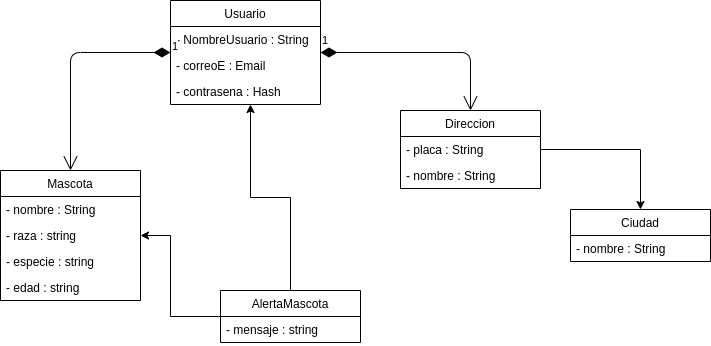
Before: DocumentacionUpet/diagramaclasesUPet.png, a diagram exported from draw.io (compumovil2020/UPet). Source tidied: cells renumbered, new cells last; positions are measured from the earlier drawing's top-left corner, leaving out a move shared by most shapes. Its diagram source:
```xml
<mxGraphModel>
  <root>
    <mxCell id="0" />
    <mxCell id="1" parent="0" />
    <mxCell id="2" value="Usuario" style="swimlane;fontStyle=0;horizontal=1;startSize=26;fillColor=none;" parent="1" vertex="1">
      <mxGeometry x="170" width="150" height="104" as="geometry" />
    </mxCell>
    <mxCell id="3" value="- NombreUsuario : String" style="text;strokeColor=none;fillColor=none;align=left;verticalAlign=top;spacingLeft=4;spacingRight=4;overflow=hidden;" parent="2" vertex="1">
      <mxGeometry y="26" width="150" height="26" as="geometry" />
    </mxCell>
    <mxCell id="4" value="- correoE : Email" style="text;strokeColor=none;fillColor=none;align=left;verticalAlign=top;spacingLeft=4;spacingRight=4;overflow=hidden;points=[[0,0.5],[1,0.5]];portConstraint=eastwest;" parent="2" vertex="1">
      <mxGeometry y="52" width="150" height="26" as="geometry" />
    </mxCell>
    <mxCell id="5" value="- contrasena : Hash" style="text;strokeColor=none;fillColor=none;align=left;verticalAlign=top;spacingLeft=4;spacingRight=4;overflow=hidden;points=[[0,0.5],[1,0.5]];portConstraint=eastwest;" parent="2" vertex="1">
      <mxGeometry y="78" width="150" height="26" as="geometry" />
    </mxCell>
    <mxCell id="6" style="edgeStyle=orthogonalEdgeStyle;rounded=0;jettySize=auto;html=1;entryX=0.5;entryY=0;entryDx=0;entryDy=0;" parent="1" edge="1" source="7" target="17">
      <mxGeometry relative="1" as="geometry" />
    </mxCell>
    <mxCell id="7" value="Direccion" style="swimlane;fontStyle=0;horizontal=1;startSize=26;fillColor=none;" parent="1" vertex="1">
      <mxGeometry x="400" y="110" width="140" height="78" as="geometry" />
    </mxCell>
    <mxCell id="8" value="- placa : String" style="text;strokeColor=none;fillColor=none;align=left;verticalAlign=top;spacingLeft=4;spacingRight=4;overflow=hidden;" parent="7" vertex="1">
      <mxGeometry y="26" width="140" height="26" as="geometry" />
    </mxCell>
    <mxCell id="9" value="- nombre : String" style="text;strokeColor=none;fillColor=none;align=left;verticalAlign=top;spacingLeft=4;spacingRight=4;overflow=hidden;" parent="7" vertex="1">
      <mxGeometry y="52" width="140" height="26" as="geometry" />
    </mxCell>
    <mxCell id="10" value="Mascota" style="swimlane;fontStyle=0;horizontal=1;startSize=26;fillColor=none;" parent="1" vertex="1">
      <mxGeometry y="170" width="140" height="130" as="geometry" />
    </mxCell>
    <mxCell id="11" value="- nombre : String" style="text;strokeColor=none;fillColor=none;align=left;verticalAlign=top;spacingLeft=4;spacingRight=4;overflow=hidden;" parent="10" vertex="1">
      <mxGeometry y="26" width="140" height="26" as="geometry" />
    </mxCell>
    <mxCell id="12" value="- raza : string" style="text;strokeColor=none;fillColor=none;align=left;verticalAlign=top;spacingLeft=4;spacingRight=4;overflow=hidden;points=[[0,0.5],[1,0.5]];portConstraint=eastwest;" parent="10" vertex="1">
      <mxGeometry y="52" width="140" height="26" as="geometry" />
    </mxCell>
    <mxCell id="13" value="- especie : string" style="text;strokeColor=none;fillColor=none;align=left;verticalAlign=top;spacingLeft=4;spacingRight=4;overflow=hidden;" parent="10" vertex="1">
      <mxGeometry y="78" width="140" height="26" as="geometry" />
    </mxCell>
    <mxCell id="14" value="- edad : string" style="text;strokeColor=none;fillColor=none;align=left;verticalAlign=top;spacingLeft=4;spacingRight=4;overflow=hidden;" parent="10" vertex="1">
      <mxGeometry y="104" width="140" height="26" as="geometry" />
    </mxCell>
    <mxCell id="15" value="1" style="endArrow=open;html=1;endSize=12;startArrow=diamondThin;startSize=14;startFill=1;edgeStyle=orthogonalEdgeStyle;align=left;verticalAlign=bottom;entryX=0.5;entryY=0;entryDx=0;entryDy=0;" parent="1" edge="1" source="2" target="10">
      <mxGeometry x="-1" y="3" relative="1" as="geometry" />
    </mxCell>
    <mxCell id="16" value="1" style="endArrow=open;html=1;endSize=12;startArrow=diamondThin;startSize=14;startFill=1;edgeStyle=orthogonalEdgeStyle;align=left;verticalAlign=bottom;entryX=0.5;entryY=0;entryDx=0;entryDy=0;" parent="1" edge="1" source="2" target="7">
      <mxGeometry x="-1" y="3" relative="1" as="geometry" />
    </mxCell>
    <mxCell id="17" value="Ciudad" style="swimlane;fontStyle=0;horizontal=1;startSize=26;fillColor=none;" parent="1" vertex="1">
      <mxGeometry x="570" y="209" width="140" height="52" as="geometry" />
    </mxCell>
    <mxCell id="18" value="- nombre : String" style="text;strokeColor=none;fillColor=none;align=left;verticalAlign=top;spacingLeft=4;spacingRight=4;overflow=hidden;" parent="17" vertex="1">
      <mxGeometry y="26" width="140" height="26" as="geometry" />
    </mxCell>
    <mxCell id="19" style="edgeStyle=orthogonalEdgeStyle;rounded=0;jettySize=auto;html=1;entryX=1;entryY=0.5;entryDx=0;entryDy=0;" parent="1" edge="1" source="21" target="12">
      <mxGeometry relative="1" as="geometry">
        <Array as="points">
          <mxPoint x="170" y="316" />
          <mxPoint x="170" y="235" />
        </Array>
      </mxGeometry>
    </mxCell>
    <mxCell id="20" style="edgeStyle=orthogonalEdgeStyle;rounded=0;jettySize=auto;html=1;" parent="1" edge="1" source="21" target="5">
      <mxGeometry relative="1" as="geometry">
        <Array as="points">
          <mxPoint x="290" y="197" />
          <mxPoint x="250" y="197" />
        </Array>
      </mxGeometry>
    </mxCell>
    <mxCell id="21" value="AlertaMascota" style="swimlane;fontStyle=0;horizontal=1;startSize=26;fillColor=none;" parent="1" vertex="1">
      <mxGeometry x="220" y="290" width="140" height="52" as="geometry" />
    </mxCell>
    <mxCell id="22" value="- mensaje : string" style="text;strokeColor=none;fillColor=none;align=left;verticalAlign=top;spacingLeft=4;spacingRight=4;overflow=hidden;" parent="21" vertex="1">
      <mxGeometry y="26" width="140" height="26" as="geometry" />
    </mxCell>
  </root>
</mxGraphModel>
```
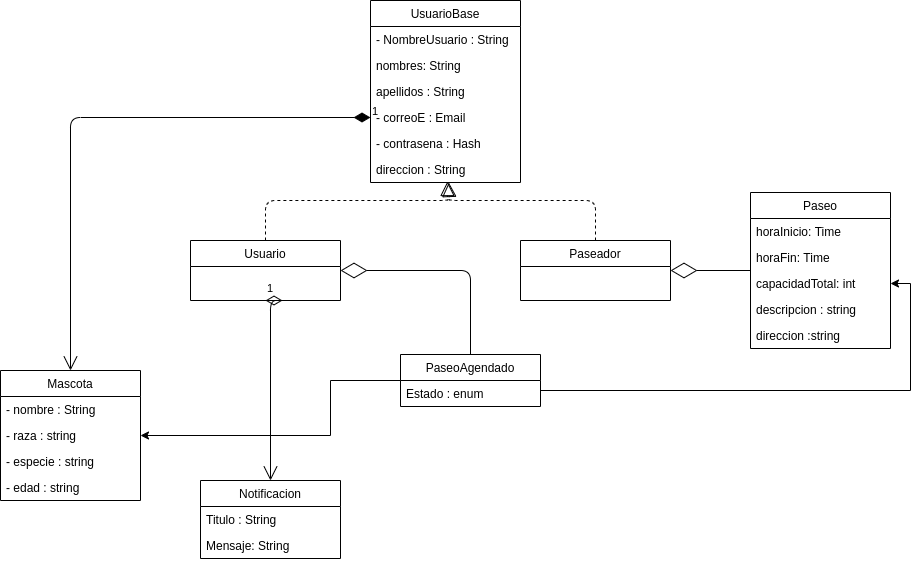
The same diagram one commit later.

Diff of the diagram source:
```diff
@@ -2,36 +2,15 @@
   <root>
     <mxCell id="0" />
     <mxCell id="1" parent="0" />
-    <mxCell id="2" value="Usuario" style="swimlane;fontStyle=0;horizontal=1;startSize=26;fillColor=none;" parent="1" vertex="1">
-      <mxGeometry x="170" width="150" height="104" as="geometry" />
-    </mxCell>
-    <mxCell id="3" value="- NombreUsuario : String" style="text;strokeColor=none;fillColor=none;align=left;verticalAlign=top;spacingLeft=4;spacingRight=4;overflow=hidden;" parent="2" vertex="1">
-      <mxGeometry y="26" width="150" height="26" as="geometry" />
-    </mxCell>
-    <mxCell id="4" value="- correoE : Email" style="text;strokeColor=none;fillColor=none;align=left;verticalAlign=top;spacingLeft=4;spacingRight=4;overflow=hidden;points=[[0,0.5],[1,0.5]];portConstraint=eastwest;" parent="2" vertex="1">
-      <mxGeometry y="52" width="150" height="26" as="geometry" />
-    </mxCell>
-    <mxCell id="5" value="- contrasena : Hash" style="text;strokeColor=none;fillColor=none;align=left;verticalAlign=top;spacingLeft=4;spacingRight=4;overflow=hidden;points=[[0,0.5],[1,0.5]];portConstraint=eastwest;" parent="2" vertex="1">
-      <mxGeometry y="78" width="150" height="26" as="geometry" />
-    </mxCell>
-    <mxCell id="6" style="edgeStyle=orthogonalEdgeStyle;rounded=0;jettySize=auto;html=1;entryX=0.5;entryY=0;entryDx=0;entryDy=0;" parent="1" edge="1" source="7" target="17">
-      <mxGeometry relative="1" as="geometry" />
-    </mxCell>
-    <mxCell id="7" value="Direccion" style="swimlane;fontStyle=0;horizontal=1;startSize=26;fillColor=none;" parent="1" vertex="1">
-      <mxGeometry x="400" y="110" width="140" height="78" as="geometry" />
-    </mxCell>
-    <mxCell id="8" value="- placa : String" style="text;strokeColor=none;fillColor=none;align=left;verticalAlign=top;spacingLeft=4;spacingRight=4;overflow=hidden;" parent="7" vertex="1">
-      <mxGeometry y="26" width="140" height="26" as="geometry" />
-    </mxCell>
-    <mxCell id="9" value="- nombre : String" style="text;strokeColor=none;fillColor=none;align=left;verticalAlign=top;spacingLeft=4;spacingRight=4;overflow=hidden;" parent="7" vertex="1">
-      <mxGeometry y="52" width="140" height="26" as="geometry" />
-    </mxCell>
+    <mxCell id="23" value="1" style="endArrow=open;html=1;endSize=12;startArrow=diamondThin;startSize=14;startFill=1;edgeStyle=orthogonalEdgeStyle;align=left;verticalAlign=bottom;entryX=0.5;entryY=0;entryDx=0;entryDy=0;exitX=0;exitY=0.5;exitDx=0;exitDy=0;" parent="1" edge="1" source="4" target="10">
+      <mxGeometry x="-1" y="3" relative="1" as="geometry" />
+    </mxCell>
     <mxCell id="10" value="Mascota" style="swimlane;fontStyle=0;horizontal=1;startSize=26;fillColor=none;" parent="1" vertex="1">
-      <mxGeometry y="170" width="140" height="130" as="geometry" />
+      <mxGeometry x="360" y="460" width="140" height="130" as="geometry" />
     </mxCell>
-    <mxCell id="11" value="- nombre : String" style="text;strokeColor=none;fillColor=none;align=left;verticalAlign=top;spacingLeft=4;spacingRight=4;overflow=hidden;" parent="10" vertex="1">
-      <mxGeometry y="26" width="140" height="26" as="geometry" />
-    </mxCell>
+    <mxCell id="24" value="- nombre : String" style="text;strokeColor=none;fillColor=none;align=left;verticalAlign=top;spacingLeft=4;spacingRight=4;overflow=hidden;" parent="10" vertex="1">
+      <mxGeometry y="26" width="140" height="26" as="geometry" />
+    </mxCell>
     <mxCell id="12" value="- raza : string" style="text;strokeColor=none;fillColor=none;align=left;verticalAlign=top;spacingLeft=4;spacingRight=4;overflow=hidden;points=[[0,0.5],[1,0.5]];portConstraint=eastwest;" parent="10" vertex="1">
       <mxGeometry y="52" width="140" height="26" as="geometry" />
     </mxCell>
@@ -41,39 +20,114 @@
     <mxCell id="14" value="- edad : string" style="text;strokeColor=none;fillColor=none;align=left;verticalAlign=top;spacingLeft=4;spacingRight=4;overflow=hidden;" parent="10" vertex="1">
       <mxGeometry y="104" width="140" height="26" as="geometry" />
     </mxCell>
-    <mxCell id="15" value="1" style="endArrow=open;html=1;endSize=12;startArrow=diamondThin;startSize=14;startFill=1;edgeStyle=orthogonalEdgeStyle;align=left;verticalAlign=bottom;entryX=0.5;entryY=0;entryDx=0;entryDy=0;" parent="1" edge="1" source="2" target="10">
-      <mxGeometry x="-1" y="3" relative="1" as="geometry" />
-    </mxCell>
-    <mxCell id="16" value="1" style="endArrow=open;html=1;endSize=12;startArrow=diamondThin;startSize=14;startFill=1;edgeStyle=orthogonalEdgeStyle;align=left;verticalAlign=bottom;entryX=0.5;entryY=0;entryDx=0;entryDy=0;" parent="1" edge="1" source="2" target="7">
-      <mxGeometry x="-1" y="3" relative="1" as="geometry" />
-    </mxCell>
-    <mxCell id="17" value="Ciudad" style="swimlane;fontStyle=0;horizontal=1;startSize=26;fillColor=none;" parent="1" vertex="1">
-      <mxGeometry x="570" y="209" width="140" height="52" as="geometry" />
-    </mxCell>
-    <mxCell id="18" value="- nombre : String" style="text;strokeColor=none;fillColor=none;align=left;verticalAlign=top;spacingLeft=4;spacingRight=4;overflow=hidden;" parent="17" vertex="1">
-      <mxGeometry y="26" width="140" height="26" as="geometry" />
-    </mxCell>
-    <mxCell id="19" style="edgeStyle=orthogonalEdgeStyle;rounded=0;jettySize=auto;html=1;entryX=1;entryY=0.5;entryDx=0;entryDy=0;" parent="1" edge="1" source="21" target="12">
-      <mxGeometry relative="1" as="geometry">
-        <Array as="points">
-          <mxPoint x="170" y="316" />
-          <mxPoint x="170" y="235" />
-        </Array>
-      </mxGeometry>
-    </mxCell>
-    <mxCell id="20" style="edgeStyle=orthogonalEdgeStyle;rounded=0;jettySize=auto;html=1;" parent="1" edge="1" source="21" target="5">
-      <mxGeometry relative="1" as="geometry">
-        <Array as="points">
-          <mxPoint x="290" y="197" />
-          <mxPoint x="250" y="197" />
-        </Array>
-      </mxGeometry>
-    </mxCell>
-    <mxCell id="21" value="AlertaMascota" style="swimlane;fontStyle=0;horizontal=1;startSize=26;fillColor=none;" parent="1" vertex="1">
-      <mxGeometry x="220" y="290" width="140" height="52" as="geometry" />
-    </mxCell>
-    <mxCell id="22" value="- mensaje : string" style="text;strokeColor=none;fillColor=none;align=left;verticalAlign=top;spacingLeft=4;spacingRight=4;overflow=hidden;" parent="21" vertex="1">
-      <mxGeometry y="26" width="140" height="26" as="geometry" />
-    </mxCell>
+    <mxCell id="25" style="endArrow=block;dashed=1;endFill=0;endSize=12;html=1;exitX=0.5;exitY=0;exitDx=0;exitDy=0;" parent="1" edge="1" source="2" target="26">
+      <mxGeometry relative="1" as="geometry">
+        <Array as="points">
+          <mxPoint x="625" y="290" />
+          <mxPoint x="809" y="290" />
+        </Array>
+      </mxGeometry>
+    </mxCell>
+    <mxCell id="26" value="UsuarioBase" style="swimlane;fontStyle=0;horizontal=1;startSize=26;fillColor=none;" parent="1" vertex="1">
+      <mxGeometry x="730" y="90" width="150" height="182" as="geometry" />
+    </mxCell>
+    <mxCell id="3" value="- NombreUsuario : String" style="text;strokeColor=none;fillColor=none;align=left;verticalAlign=top;spacingLeft=4;spacingRight=4;overflow=hidden;" parent="26" vertex="1">
+      <mxGeometry y="26" width="150" height="26" as="geometry" />
+    </mxCell>
+    <mxCell id="27" value="nombres: String" style="text;strokeColor=none;fillColor=none;align=left;verticalAlign=top;spacingLeft=4;spacingRight=4;overflow=hidden;" parent="26" vertex="1">
+      <mxGeometry y="52" width="150" height="26" as="geometry" />
+    </mxCell>
+    <mxCell id="28" value="apellidos : String" style="text;strokeColor=none;fillColor=none;align=left;verticalAlign=top;spacingLeft=4;spacingRight=4;overflow=hidden;" parent="26" vertex="1">
+      <mxGeometry y="78" width="150" height="26" as="geometry" />
+    </mxCell>
+    <mxCell id="4" value="- correoE : Email" style="text;strokeColor=none;fillColor=none;align=left;verticalAlign=top;spacingLeft=4;spacingRight=4;overflow=hidden;points=[[0,0.5],[1,0.5]];portConstraint=eastwest;" parent="26" vertex="1">
+      <mxGeometry y="104" width="150" height="26" as="geometry" />
+    </mxCell>
+    <mxCell id="5" value="- contrasena : Hash" style="text;strokeColor=none;fillColor=none;align=left;verticalAlign=top;spacingLeft=4;spacingRight=4;overflow=hidden;points=[[0,0.5],[1,0.5]];portConstraint=eastwest;" parent="26" vertex="1">
+      <mxGeometry y="130" width="150" height="26" as="geometry" />
+    </mxCell>
+    <mxCell id="29" value="direccion : String" style="text;strokeColor=none;fillColor=none;align=left;verticalAlign=top;spacingLeft=4;spacingRight=4;overflow=hidden;points=[[0,0.5],[1,0.5]];portConstraint=eastwest;" parent="26" vertex="1">
+      <mxGeometry y="156" width="150" height="26" as="geometry" />
+    </mxCell>
+    <mxCell id="30" value="Paseador" style="swimlane;fontStyle=0;horizontal=1;startSize=26;fillColor=none;" parent="1" vertex="1">
+      <mxGeometry x="880" y="330" width="150" height="60" as="geometry" />
+    </mxCell>
+    <mxCell id="31" value="Paseo" style="swimlane;fontStyle=0;horizontal=1;startSize=26;fillColor=none;" parent="1" vertex="1">
+      <mxGeometry x="1110" y="282" width="140" height="156" as="geometry" />
+    </mxCell>
+    <mxCell id="32" value="horaInicio: Time" style="text;strokeColor=none;fillColor=none;align=left;verticalAlign=top;spacingLeft=4;spacingRight=4;overflow=hidden;" parent="31" vertex="1">
+      <mxGeometry y="26" width="140" height="26" as="geometry" />
+    </mxCell>
+    <mxCell id="33" value="horaFin: Time" style="text;strokeColor=none;fillColor=none;align=left;verticalAlign=top;spacingLeft=4;spacingRight=4;overflow=hidden;" parent="31" vertex="1">
+      <mxGeometry y="52" width="140" height="26" as="geometry" />
+    </mxCell>
+    <mxCell id="34" value="capacidadTotal: int" style="text;strokeColor=none;fillColor=none;align=left;verticalAlign=top;spacingLeft=4;spacingRight=4;overflow=hidden;points=[[0,0.5],[1,0.5]];portConstraint=eastwest;" parent="31" vertex="1">
+      <mxGeometry y="78" width="140" height="26" as="geometry" />
+    </mxCell>
+    <mxCell id="35" value="descripcion : string" style="text;strokeColor=none;fillColor=none;align=left;verticalAlign=top;spacingLeft=4;spacingRight=4;overflow=hidden;" parent="31" vertex="1">
+      <mxGeometry y="104" width="140" height="26" as="geometry" />
+    </mxCell>
+    <mxCell id="36" value="direccion :string" style="text;strokeColor=none;fillColor=none;align=left;verticalAlign=top;spacingLeft=4;spacingRight=4;overflow=hidden;" parent="31" vertex="1">
+      <mxGeometry y="130" width="140" height="26" as="geometry" />
+    </mxCell>
+    <mxCell id="37" style="endArrow=block;dashed=1;endFill=0;endSize=12;html=1;exitX=0.5;exitY=0;exitDx=0;exitDy=0;entryX=0.513;entryY=0.962;entryDx=0;entryDy=0;entryPerimeter=0;" parent="1" edge="1" source="30" target="29">
+      <mxGeometry relative="1" as="geometry">
+        <Array as="points">
+          <mxPoint x="955" y="290" />
+          <mxPoint x="807" y="290" />
+        </Array>
+      </mxGeometry>
+    </mxCell>
+    <mxCell id="38" style="endArrow=diamondThin;endFill=0;endSize=24;html=1;entryX=1;entryY=0.5;entryDx=0;entryDy=0;" parent="1" edge="1" source="31" target="30">
+      <mxGeometry relative="1" as="geometry" />
+    </mxCell>
+    <mxCell id="39" style="edgeStyle=orthogonalEdgeStyle;rounded=0;jettySize=auto;html=1;entryX=1;entryY=0.5;entryDx=0;entryDy=0;" parent="1" edge="1" source="41" target="12">
+      <mxGeometry relative="1" as="geometry">
+        <Array as="points">
+          <mxPoint x="690" y="470" />
+          <mxPoint x="690" y="525" />
+        </Array>
+      </mxGeometry>
+    </mxCell>
+    <mxCell id="40" style="edgeStyle=orthogonalEdgeStyle;rounded=0;jettySize=auto;html=1;entryX=1;entryY=0.5;entryDx=0;entryDy=0;" parent="1" edge="1" source="41" target="34">
+      <mxGeometry relative="1" as="geometry">
+        <Array as="points">
+          <mxPoint x="1270" y="480" />
+          <mxPoint x="1270" y="373" />
+        </Array>
+      </mxGeometry>
+    </mxCell>
+    <mxCell id="41" value="PaseoAgendado" style="swimlane;fontStyle=0;horizontal=1;startSize=26;fillColor=none;" parent="1" vertex="1">
+      <mxGeometry x="760" y="444" width="140" height="52" as="geometry" />
+    </mxCell>
+    <mxCell id="42" value="Estado : enum" style="text;strokeColor=none;fillColor=none;align=left;verticalAlign=top;spacingLeft=4;spacingRight=4;overflow=hidden;" parent="41" vertex="1">
+      <mxGeometry y="26" width="140" height="26" as="geometry" />
+    </mxCell>
+    <mxCell id="43" style="endArrow=diamondThin;endFill=0;endSize=24;html=1;exitX=0.5;exitY=0;exitDx=0;exitDy=0;entryX=1;entryY=0.5;entryDx=0;entryDy=0;" parent="1" edge="1" source="41" target="2">
+      <mxGeometry relative="1" as="geometry">
+        <Array as="points">
+          <mxPoint x="830" y="360" />
+        </Array>
+      </mxGeometry>
+    </mxCell>
+    <mxCell id="44" value="1" style="endArrow=open;html=1;endSize=12;startArrow=diamondThin;startSize=14;startFill=0;edgeStyle=orthogonalEdgeStyle;align=left;verticalAlign=bottom;exitX=0.5;exitY=1;exitDx=0;exitDy=0;entryX=0.5;entryY=0;entryDx=0;entryDy=0;" parent="1" edge="1" source="2" target="45">
+      <mxGeometry x="-1" y="3" relative="1" as="geometry">
+        <Array as="points">
+          <mxPoint x="630" y="390" />
+        </Array>
+      </mxGeometry>
+    </mxCell>
+    <mxCell id="45" value="Notificacion" style="swimlane;fontStyle=0;horizontal=1;startSize=26;fillColor=none;" parent="1" vertex="1">
+      <mxGeometry x="560" y="570" width="140" height="78" as="geometry" />
+    </mxCell>
+    <mxCell id="46" value="Titulo : String" style="text;strokeColor=none;fillColor=none;align=left;verticalAlign=top;spacingLeft=4;spacingRight=4;overflow=hidden;" parent="45" vertex="1">
+      <mxGeometry y="26" width="140" height="26" as="geometry" />
+    </mxCell>
+    <mxCell id="47" value="Mensaje: String" style="text;strokeColor=none;fillColor=none;align=left;verticalAlign=top;spacingLeft=4;spacingRight=4;overflow=hidden;" parent="45" vertex="1">
+      <mxGeometry y="52" width="140" height="26" as="geometry" />
+    </mxCell>
+    <mxCell id="2" value="Usuario" style="swimlane;fontStyle=0;horizontal=1;startSize=26;fillColor=none;" parent="1" vertex="1">
+      <mxGeometry x="550" y="330" width="150" height="60" as="geometry" />
+    </mxCell>
   </root>
 </mxGraphModel>
```
